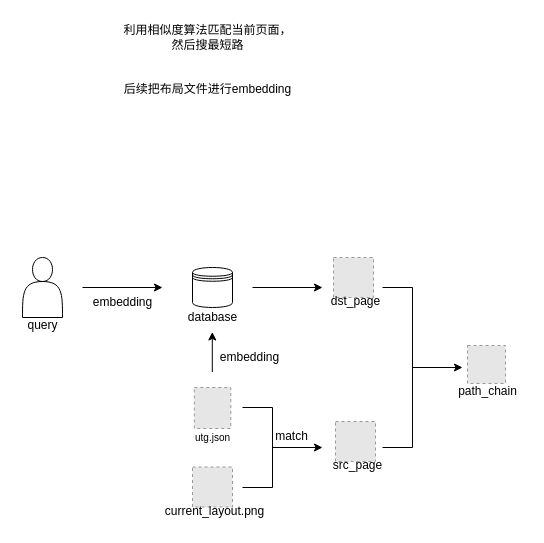
xieeryihe/drawio keeps this draw.io diagram as page "第 2 页" (2 of 2) of 研究生毕设/研究生毕设中期.drawio. Above is the earlier version. Source tidied: cells renumbered, new cells numbered last; positions are measured from the earlier drawing's top-left corner, leaving out a move shared by most shapes. Both pictures are drawn from the tidied source at 100%, with x=0, y=0 at pixel (17, 17). Pictures stored in the file or linked from it are replaced by grey dashed boxes.
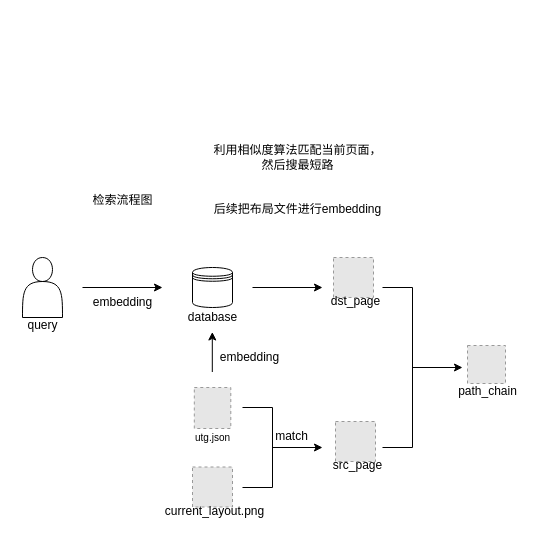
Above is the later version.

What changed in the source:
```diff
@@
     <mxCell id="14" value="利用相似度算法匹配当前页面，&lt;div&gt;然后搜最短路&lt;/div&gt;" style="text;html=1;align=center;verticalAlign=middle;strokeColor=none;fillColor=none;" parent="1" vertex="1">
-      <mxGeometry x="95" width="190" height="40" as="geometry" />
+      <mxGeometry x="185" y="120" width="190" height="40" as="geometry" />
     </mxCell>
@@
     <mxCell id="22" value="后续把布局文件进行embedding" style="text;html=1;align=center;verticalAlign=middle;strokeColor=none;fillColor=none;" parent="1" vertex="1">
-      <mxGeometry x="95" y="57" width="190" height="30" as="geometry" />
+      <mxGeometry x="185" y="177" width="190" height="30" as="geometry" />
     </mxCell>
@@
+    <mxCell id="31" value="检索流程图" style="text;html=1;align=center;verticalAlign=middle;strokeColor=none;fillColor=none;" parent="1" vertex="1">
+      <mxGeometry x="65" y="168" width="80" height="30" as="geometry" />
+    </mxCell>
```
